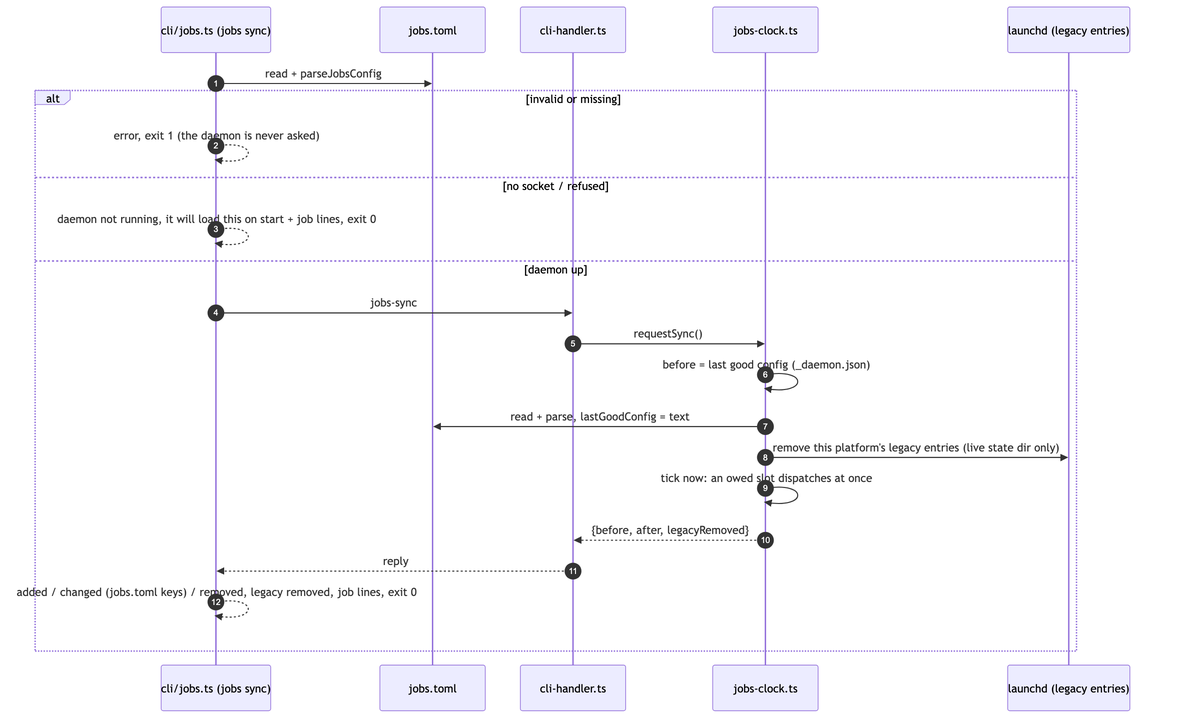
Above: diagrams/flow-jobs-sync.png in sf8193/hydra (Mermaid), before the change. Its source is kept beside it as diagrams/flow-jobs-sync.mmd.
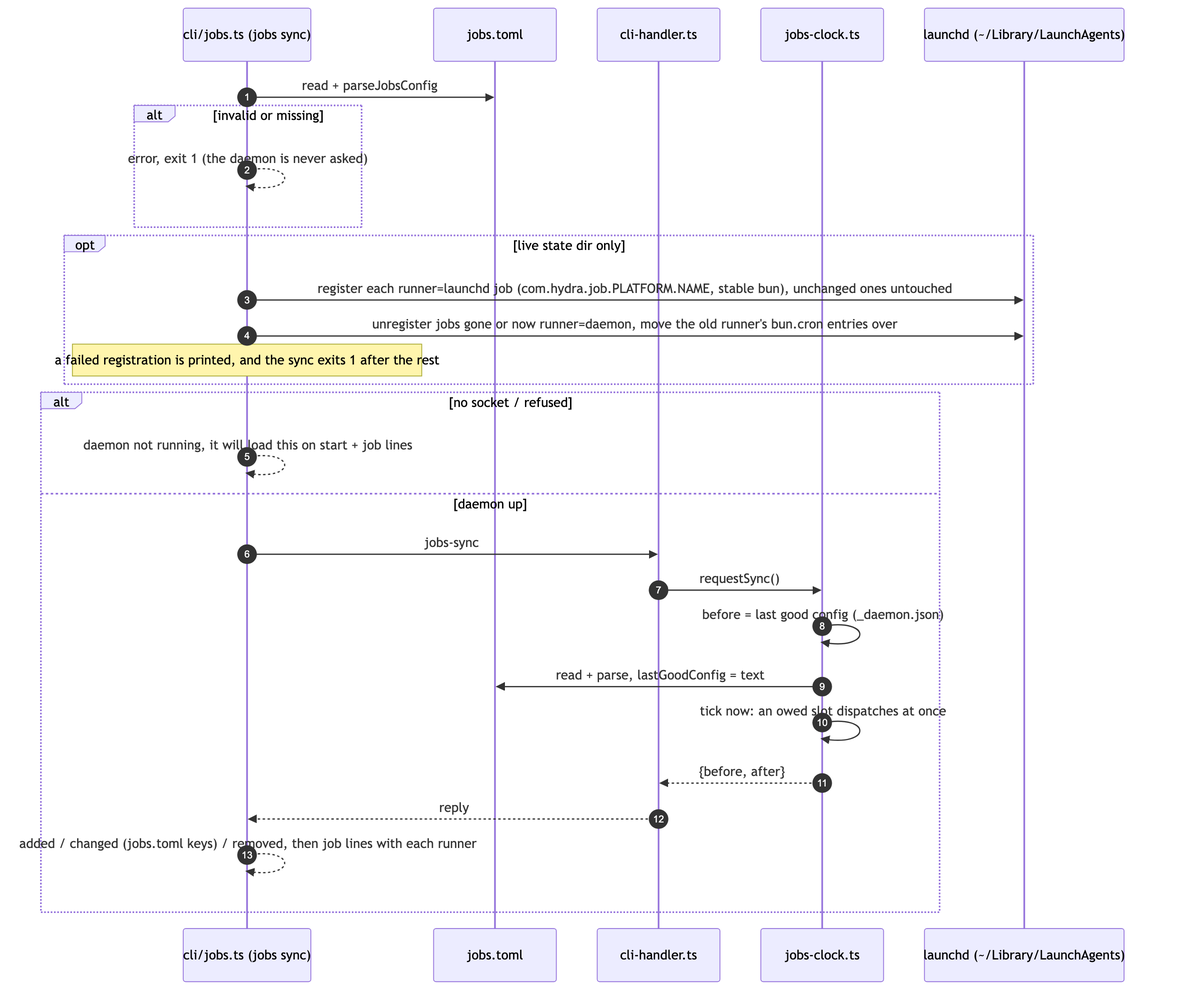
After the change.

Diff of the diagram source:
```diff
@@ -4,21 +4,26 @@
     participant T as jobs.toml
     participant H as cli-handler.ts
     participant C as jobs-clock.ts
-    participant L as launchd (legacy entries)
+    participant L as launchd (~/Library/LaunchAgents)
 
     CLI->>T: read + parseJobsConfig
     alt invalid or missing
         CLI-->>CLI: error, exit 1 (the daemon is never asked)
-    else no socket / refused
-        CLI-->>CLI: daemon not running, it will load this on start + job lines, exit 0
+    end
+    opt live state dir only
+        CLI->>L: register each runner=launchd job (com.hydra.job.PLATFORM.NAME, stable bun), unchanged ones untouched
+        CLI->>L: unregister jobs gone or now runner=daemon, move the old runner's bun.cron entries over
+        Note over CLI: a failed registration is printed, and the sync exits 1 after the rest
+    end
+    alt no socket / refused
+        CLI-->>CLI: daemon not running, it will load this on start + job lines
     else daemon up
         CLI->>H: jobs-sync
         H->>C: requestSync()
         C->>C: before = last good config (_daemon.json)
         C->>T: read + parse, lastGoodConfig = text
-        C->>L: remove this platform's legacy entries (live state dir only)
         C->>C: tick now: an owed slot dispatches at once
-        C-->>H: {before, after, legacyRemoved}
+        C-->>H: {before, after}
         H-->>CLI: reply
-        CLI-->>CLI: added / changed (jobs.toml keys) / removed, legacy removed, job lines, exit 0
+        CLI-->>CLI: added / changed (jobs.toml keys) / removed, then job lines with each runner
     end
```
